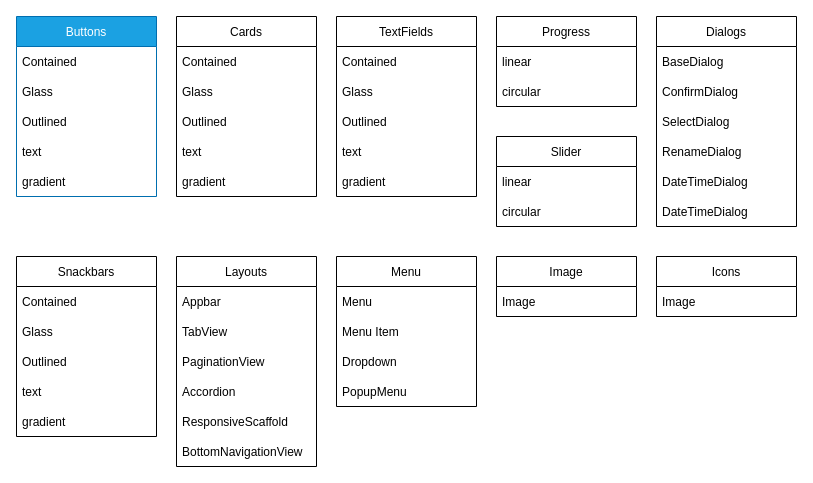
Before: page "UI" (2 of 3) of strtucture.drawio in smae1993/fatima, a draw.io diagram. Source tidied: cells renumbered, new cells numbered last; positions are measured from the earlier drawing's top-left corner, leaving out a move shared by most shapes. Both pictures are drawn from the tidied source at 100%, with x=0, y=0 at pixel (16, 16).
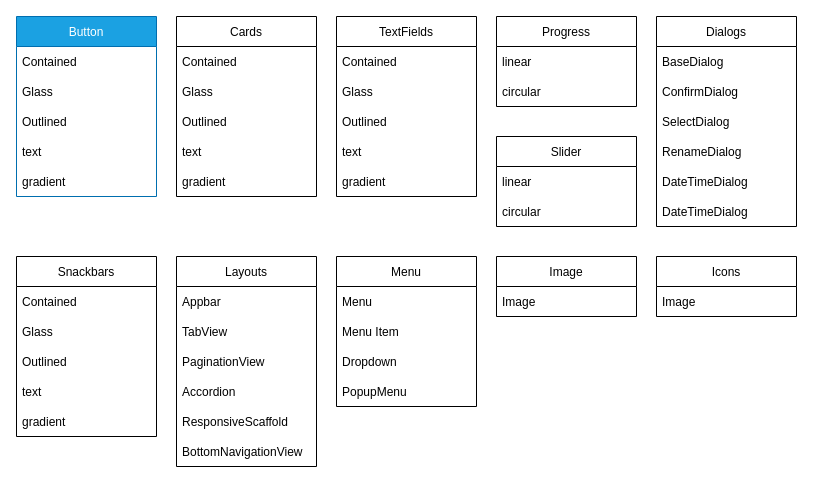
The same page after the edit.

What changed in the source:
```diff
@@
-    <mxCell id="2" value="Buttons" style="swimlane;fontStyle=0;horizontal=1;startSize=30;fillColor=#1ba1e2;fontColor=#ffffff;strokeColor=#006EAF;" parent="1" vertex="1">
+    <mxCell id="2" value="Button" style="swimlane;fontStyle=0;horizontal=1;startSize=30;fillColor=#1ba1e2;fontColor=#ffffff;strokeColor=#006EAF;" parent="1" vertex="1">
       <mxGeometry width="140" height="180" as="geometry" />
     </mxCell>
```
